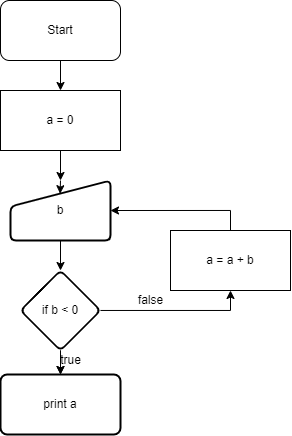
Before: images/running sum.drawio.png, a diagram exported from draw.io (levismunene/levismunene.github.io). Source tidied: cells renumbered, new cells last; positions are measured from the earlier drawing's top-left corner, leaving out a move shared by most shapes.
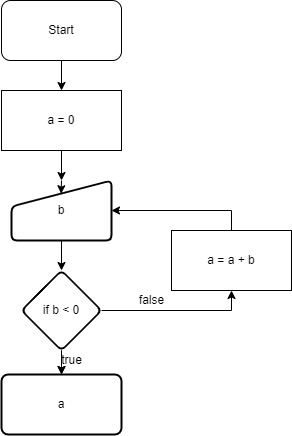
After the change.

What changed in the source:
```diff
@@ -35,7 +35,7 @@
     <mxCell id="12" value="if b &amp;lt; 0" style="rhombus;whiteSpace=wrap;html=1;strokeWidth=2;rounded=1;arcSize=11;" parent="1" vertex="1">
       <mxGeometry x="20" y="270" width="80" height="80" as="geometry" />
     </mxCell>
-    <mxCell id="13" value="print a" style="whiteSpace=wrap;html=1;strokeWidth=2;rounded=1;arcSize=11;" parent="1" vertex="1">
+    <mxCell id="13" value="a" style="whiteSpace=wrap;html=1;strokeWidth=2;rounded=1;arcSize=11;" parent="1" vertex="1">
       <mxGeometry y="374" width="120" height="60" as="geometry" />
     </mxCell>
     <mxCell id="14" style="edgeStyle=orthogonalEdgeStyle;rounded=0;jettySize=auto;html=1;entryX=1;entryY=0.5;entryDx=0;entryDy=0;" parent="1" edge="1" source="15" target="7">
```
